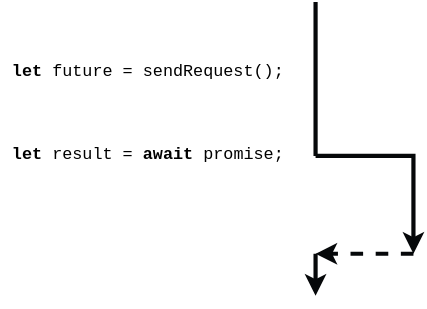
Before: images/rust-promise.drawio.svg, a diagram exported from draw.io (nikomatsakis/lsrtm-2022-05). Source tidied: cells renumbered, new cells last; positions are measured from the earlier drawing's top-left corner, leaving out a move shared by most shapes. Its diagram source:
```xml
<mxGraphModel>
  <root>
    <mxCell id="0" />
    <mxCell id="1" parent="0" />
    <mxCell id="2" style="endArrow=none;html=1;rounded=0;fillColor=#dae8fc;strokeColor=#06080A;strokeWidth=3;endFill=0;" parent="1" edge="1">
      <mxGeometry relative="1" as="geometry">
        <mxPoint x="225" as="sourcePoint" />
        <mxPoint x="225" y="110" as="targetPoint" />
      </mxGeometry>
    </mxCell>
    <mxCell id="3" style="endArrow=classic;html=1;rounded=0;strokeColor=#06080A;strokeWidth=3;" parent="1" edge="1">
      <mxGeometry relative="1" as="geometry">
        <mxPoint x="225" y="110" as="sourcePoint" />
        <mxPoint x="295" y="180" as="targetPoint" />
        <Array as="points">
          <mxPoint x="295" y="110" />
        </Array>
      </mxGeometry>
    </mxCell>
    <mxCell id="4" value="&lt;pre&gt;&lt;code class=&quot;js hljs javascript remark-code&quot;&gt;&lt;span class=&quot;hljs-keyword&quot;&gt;&lt;b&gt;let&lt;/b&gt;&lt;/span&gt; future = sendRequest();&lt;/code&gt;&lt;/pre&gt;" style="text;html=1;align=center;verticalAlign=middle;strokeColor=none;fillColor=none;" parent="1" vertex="1">
      <mxGeometry y="30" width="210" height="40" as="geometry" />
    </mxCell>
    <mxCell id="5" value="&lt;pre&gt;&lt;code class=&quot;js hljs javascript remark-code&quot;&gt;&lt;span class=&quot;hljs-keyword&quot;&gt;&lt;b&gt;let&lt;/b&gt;&lt;/span&gt; result = &lt;span class=&quot;hljs-keyword&quot;&gt;&lt;b&gt;await&lt;/b&gt;&lt;/span&gt; promise;&lt;/code&gt;&lt;/pre&gt;" style="text;html=1;align=center;verticalAlign=middle;strokeColor=none;fillColor=none;" parent="1" vertex="1">
      <mxGeometry y="90" width="210" height="40" as="geometry" />
    </mxCell>
    <mxCell id="6" style="endArrow=classic;html=1;rounded=0;strokeColor=#06080A;strokeWidth=3;dashed=1;" parent="1" edge="1">
      <mxGeometry relative="1" as="geometry">
        <mxPoint x="295" y="180" as="sourcePoint" />
        <mxPoint x="225" y="180" as="targetPoint" />
      </mxGeometry>
    </mxCell>
    <mxCell id="7" style="endArrow=classic;html=1;rounded=0;fillColor=#dae8fc;strokeColor=#06080A;strokeWidth=3;" parent="1" edge="1">
      <mxGeometry relative="1" as="geometry">
        <mxPoint x="225" y="180" as="sourcePoint" />
        <mxPoint x="225" y="210" as="targetPoint" />
      </mxGeometry>
    </mxCell>
  </root>
</mxGraphModel>
```
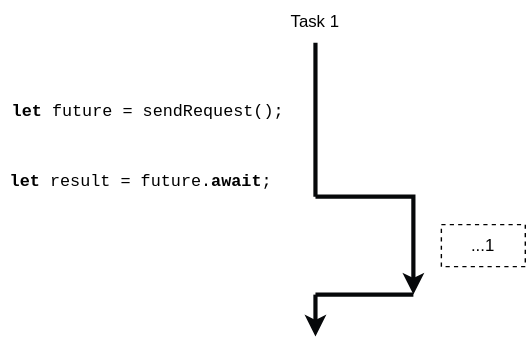
The same file after the commit.

Change to the diagram source:
```diff
@@ -20,10 +20,10 @@
     <mxCell id="4" value="&lt;pre&gt;&lt;code class=&quot;js hljs javascript remark-code&quot;&gt;&lt;span class=&quot;hljs-keyword&quot;&gt;&lt;b&gt;let&lt;/b&gt;&lt;/span&gt; future = sendRequest();&lt;/code&gt;&lt;/pre&gt;" style="text;html=1;align=center;verticalAlign=middle;strokeColor=none;fillColor=none;" parent="1" vertex="1">
       <mxGeometry y="30" width="210" height="40" as="geometry" />
     </mxCell>
-    <mxCell id="5" value="&lt;pre&gt;&lt;code class=&quot;js hljs javascript remark-code&quot;&gt;&lt;span class=&quot;hljs-keyword&quot;&gt;&lt;b&gt;let&lt;/b&gt;&lt;/span&gt; result = &lt;span class=&quot;hljs-keyword&quot;&gt;&lt;b&gt;await&lt;/b&gt;&lt;/span&gt; promise;&lt;/code&gt;&lt;/pre&gt;" style="text;html=1;align=center;verticalAlign=middle;strokeColor=none;fillColor=none;" parent="1" vertex="1">
-      <mxGeometry y="90" width="210" height="40" as="geometry" />
+    <mxCell id="5" value="&lt;pre&gt;&lt;code class=&quot;js hljs javascript remark-code&quot;&gt;&lt;span class=&quot;hljs-keyword&quot;&gt;&lt;b&gt;let&lt;/b&gt;&lt;/span&gt; result = future.&lt;b&gt;await&lt;/b&gt;;&lt;/code&gt;&lt;/pre&gt;" style="text;html=1;align=center;verticalAlign=middle;strokeColor=none;fillColor=none;" parent="1" vertex="1">
+      <mxGeometry y="80" width="200" height="40" as="geometry" />
     </mxCell>
-    <mxCell id="6" style="endArrow=classic;html=1;rounded=0;strokeColor=#06080A;strokeWidth=3;dashed=1;" parent="1" edge="1">
+    <mxCell id="6" style="endArrow=none;html=1;rounded=0;strokeColor=#06080A;strokeWidth=3;endFill=0;" parent="1" edge="1">
       <mxGeometry relative="1" as="geometry">
         <mxPoint x="295" y="180" as="sourcePoint" />
         <mxPoint x="225" y="180" as="targetPoint" />
@@ -35,5 +35,11 @@
         <mxPoint x="225" y="210" as="targetPoint" />
       </mxGeometry>
     </mxCell>
+    <mxCell id="8" value="Task 1" style="text;html=1;strokeColor=none;fillColor=none;align=center;verticalAlign=middle;whiteSpace=wrap;rounded=0;dashed=1;" parent="1" vertex="1">
+      <mxGeometry x="195" y="-30" width="60" height="30" as="geometry" />
+    </mxCell>
+    <mxCell id="9" value="...1" style="text;html=1;strokeColor=default;fillColor=none;align=center;verticalAlign=middle;whiteSpace=wrap;rounded=0;perimeterSpacing=0;dashed=1;" parent="1" vertex="1">
+      <mxGeometry x="315" y="130" width="60" height="30" as="geometry" />
+    </mxCell>
   </root>
 </mxGraphModel>
```
